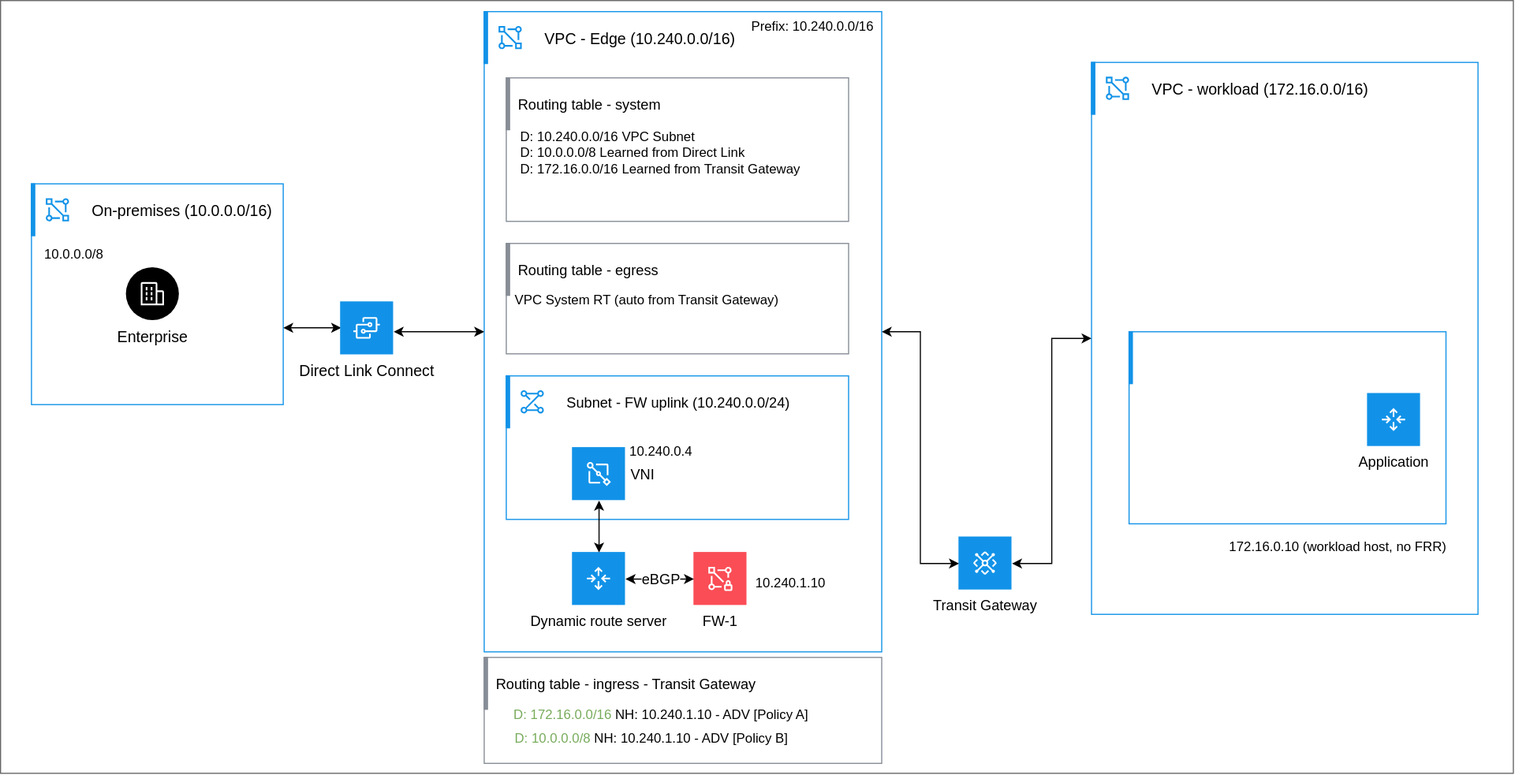
Above: images/drs-single-fw-no-router.svg in ibm-cloud-docs/vpc (draw.io), before the change. Source tidied: cells renumbered, new cells last; positions are measured from the earlier drawing's top-left corner, leaving out a move shared by most shapes.
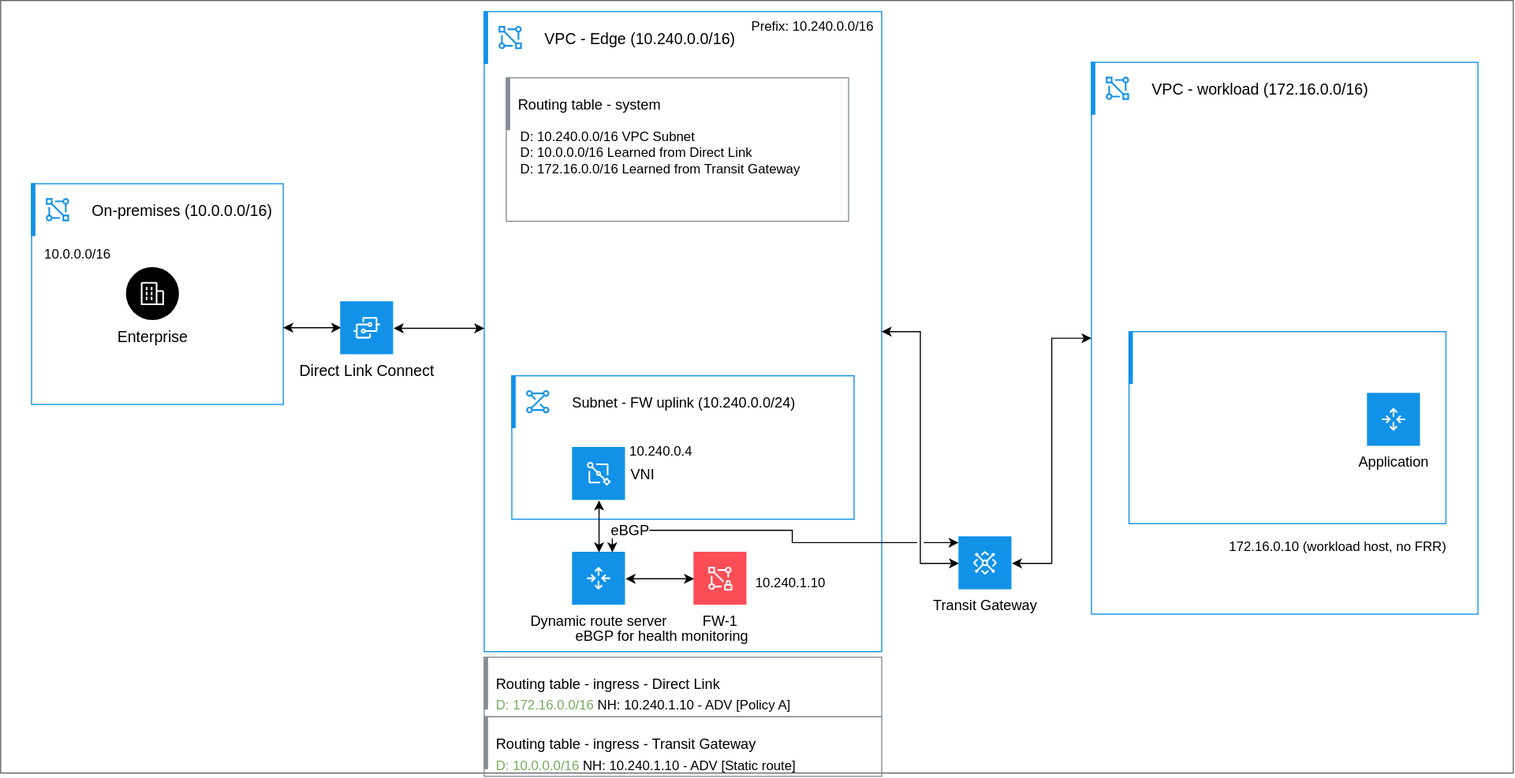
The same file after the commit.

Diff of the diagram source:
```diff
@@ -28,20 +28,11 @@
     <mxCell id="9" value="Routing table - system" style="shape=rect;fillColor=#878D96;labelPosition=right;verticalLabelPosition=middle;align=left;verticalAlign=middle;strokeColor=none;spacingLeft=5;fontSize=13;" parent="8" vertex="1">
       <mxGeometry width="4" height="48" relative="1" as="geometry" />
     </mxCell>
-    <mxCell id="10" value="D: 10.240.0.0/16 VPC Subnet&lt;br&gt;D: 10.0.0.0/8 Learned from Direct Link&lt;br&gt;D: 172.16.0.0/16 Learned from Transit Gateway" style="text;html=1;align=left;verticalAlign=top;whiteSpace=wrap;rounded=0;fontSize=12;" parent="1" vertex="1">
+    <mxCell id="10" value="D: 10.240.0.0/16 VPC Subnet&lt;br&gt;D: 10.0.0.0/16 Learned from Direct Link&lt;br&gt;D: 172.16.0.0/16 Learned from Transit Gateway" style="text;html=1;align=left;verticalAlign=top;whiteSpace=wrap;rounded=0;fontSize=12;" parent="1" vertex="1">
       <mxGeometry x="469" y="110" width="290" height="60" as="geometry" />
     </mxCell>
-    <mxCell id="11" style="html=1;whiteSpace=wrap;strokeColor=#878D96;fillColor=none;strokeWidth=1;" parent="1" vertex="1">
-      <mxGeometry x="458" y="220" width="310" height="100" as="geometry" />
-    </mxCell>
-    <mxCell id="12" value="Routing table - egress" style="shape=rect;fillColor=#878D96;labelPosition=right;verticalLabelPosition=middle;align=left;verticalAlign=middle;strokeColor=none;spacingLeft=5;fontSize=13;" parent="11" vertex="1">
-      <mxGeometry width="4" height="48" relative="1" as="geometry" />
-    </mxCell>
-    <mxCell id="13" value="VPC System RT (auto from Transit Gateway)" style="text;html=1;align=left;verticalAlign=top;whiteSpace=wrap;rounded=0;fontSize=12;" parent="1" vertex="1">
-      <mxGeometry x="464" y="258" width="295" height="20" as="geometry" />
-    </mxCell>
     <mxCell id="14" style="html=1;whiteSpace=wrap;strokeColor=#1192E8;fillColor=none;strokeWidth=1;" parent="1" vertex="1">
-      <mxGeometry x="458" y="340" width="310" height="130" as="geometry" />
+      <mxGeometry x="463" y="340" width="310" height="130" as="geometry" />
     </mxCell>
     <mxCell id="15" value="Subnet - FW uplink (10.240.0.0/24)" style="shape=rect;fillColor=none;labelPosition=right;verticalLabelPosition=middle;align=left;verticalAlign=middle;strokeColor=none;spacingLeft=5;fontSize=13;" parent="14" vertex="1">
       <mxGeometry width="48" height="48" relative="1" as="geometry" />
@@ -87,21 +78,18 @@
     <mxCell id="26" value="10.240.1.10" style="text;html=1;align=left;verticalAlign=top;whiteSpace=wrap;rounded=0;fontSize=12;" parent="1" vertex="1">
       <mxGeometry x="682" y="514" width="77" height="20" as="geometry" />
     </mxCell>
-    <mxCell id="27" value="eBGP" style="html=1;labelBackgroundColor=#ffffff;jettySize=auto;fontSize=13;rounded=0;jumpStyle=gap;edgeStyle=orthogonalEdgeStyle;startArrow=classic;endArrow=classic;strokeWidth=1;startFill=1;endFill=1;sourcePerimeterSpacing=3;targetPerimeterSpacing=3;exitX=1;exitY=0.5;exitDx=0;exitDy=0;entryX=0;entryY=0.5;entryDx=0;entryDy=0;" parent="1" edge="1" source="21" target="24">
-      <mxGeometry x="0.02" relative="1" as="geometry" />
+    <mxCell id="27" value="&amp;nbsp;eBGP for health monitoring" style="html=1;labelBackgroundColor=#ffffff;jettySize=auto;fontSize=13;rounded=0;jumpStyle=gap;edgeStyle=orthogonalEdgeStyle;startArrow=classic;endArrow=classic;strokeWidth=1;startFill=1;endFill=1;sourcePerimeterSpacing=3;targetPerimeterSpacing=3;exitX=1;exitY=0.5;exitDx=0;exitDy=0;entryX=0;entryY=0.5;entryDx=0;entryDy=0;" parent="1" edge="1" source="21" target="24">
+      <mxGeometry x="0.01" y="-52" relative="1" as="geometry" />
     </mxCell>
     <mxCell id="28" style="html=1;whiteSpace=wrap;strokeColor=#878D96;fillColor=none;strokeWidth=1;" parent="1" vertex="1">
-      <mxGeometry x="438" y="595" width="360" height="96" as="geometry" />
+      <mxGeometry x="438" y="595" width="360" height="54" as="geometry" />
     </mxCell>
-    <mxCell id="29" value="Routing table - ingress - Transit Gateway" style="shape=rect;fillColor=#878D96;labelPosition=right;verticalLabelPosition=middle;align=left;verticalAlign=middle;strokeColor=none;spacingLeft=5;fontSize=13;" parent="28" vertex="1">
+    <mxCell id="29" value="Routing table - ingress - Direct Link" style="shape=rect;fillColor=#878D96;labelPosition=right;verticalLabelPosition=middle;align=left;verticalAlign=middle;strokeColor=none;spacingLeft=5;fontSize=13;" parent="28" vertex="1">
       <mxGeometry width="4" height="48" relative="1" as="geometry" />
     </mxCell>
-    <mxCell id="30" value="&lt;span style=&quot;color: rgb(119, 171, 91);&quot;&gt;D: 172.16.0.0/16&lt;/span&gt; NH: 10.240.1.10 - ADV [Policy A]" style="text;html=1;align=left;verticalAlign=top;whiteSpace=wrap;rounded=0;fontSize=12;" parent="1" vertex="1">
-      <mxGeometry x="463" y="633" width="295" height="20" as="geometry" />
+    <mxCell id="30" value="&lt;span style=&quot;color: rgb(119, 171, 91);&quot;&gt;D: 172.16.0.0/16&lt;/span&gt;&amp;nbsp;NH: 10.240.1.10 - ADV [Policy A]" style="text;html=1;align=left;verticalAlign=top;whiteSpace=wrap;rounded=0;fontSize=12;" parent="1" vertex="1">
+      <mxGeometry x="447" y="625" width="295" height="20" as="geometry" />
     </mxCell>
-    <mxCell id="31" value="&lt;span style=&quot;color: rgb(119, 171, 91);&quot;&gt;D: 10.0.0.0/8 &lt;/span&gt;NH: 10.240.1.10 - ADV [Policy B]" style="text;html=1;align=left;verticalAlign=top;whiteSpace=wrap;rounded=0;fontSize=12;" parent="1" vertex="1">
-      <mxGeometry x="464" y="655" width="295" height="20" as="geometry" />
-    </mxCell>
     <mxCell id="32" value="Transit Gateway" style="shape=rect;fillColor=#1192E8;labelPosition=center;verticalLabelPosition=bottom;align=center;verticalAlign=top;strokeColor=none;fontSize=13;" parent="1" vertex="1">
       <mxGeometry x="868" y="486" width="48" height="48" as="geometry" />
     </mxCell>
@@ -147,9 +135,10 @@
     <mxCell id="44" style="html=1;labelBackgroundColor=#ffffff;jettySize=auto;fontSize=13;rounded=0;jumpStyle=gap;edgeStyle=orthogonalEdgeStyle;startArrow=classic;endArrow=classic;strokeWidth=1;startFill=1;endFill=1;sourcePerimeterSpacing=3;targetPerimeterSpacing=3;exitX=1;exitY=0.5;exitDx=0;exitDy=0;entryX=0;entryY=0.5;entryDx=0;entryDy=0;" parent="1" edge="1" source="32" target="35">
       <mxGeometry relative="1" as="geometry" />
     </mxCell>
-    <mxCell id="45" style="html=1;labelBackgroundColor=#ffffff;jettySize=auto;fontSize=13;rounded=0;jumpStyle=gap;edgeStyle=orthogonalEdgeStyle;startArrow=classic;endArrow=classic;strokeWidth=1;startFill=1;endFill=1;sourcePerimeterSpacing=3;targetPerimeterSpacing=3;exitX=1;exitY=0.5;exitDx=0;exitDy=0;entryX=0;entryY=0.5;entryDx=0;entryDy=0;" parent="1" edge="1" target="3">
+    <mxCell id="45" style="html=1;labelBackgroundColor=#ffffff;jettySize=auto;orthogonalLoop=1;fontSize=13;rounded=0;jumpStyle=gap;edgeStyle=orthogonalEdgeStyle;startArrow=classic;endArrow=classic;strokeWidth=1;startFill=1;endFill=1;sourcePerimeterSpacing=3;targetPerimeterSpacing=3;exitX=1;exitY=0.5;exitDx=0;exitDy=0;entryX=0;entryY=0.5;entryDx=0;entryDy=0;" parent="1" edge="1">
       <mxGeometry relative="1" as="geometry">
-        <mxPoint x="356" y="300" as="sourcePoint" />
+        <mxPoint x="356" y="297" as="sourcePoint" />
+        <mxPoint x="438" y="297" as="targetPoint" />
       </mxGeometry>
     </mxCell>
     <mxCell id="46" style="html=1;whiteSpace=wrap;strokeColor=#1192E8;fillColor=none;strokeWidth=1;" parent="1" vertex="1">
@@ -166,7 +155,7 @@
     <mxCell id="49" style="shape=rect;fillColor=#1192E8;labelPosition=right;verticalLabelPosition=middle;align=left;verticalAlign=middle;strokeColor=none;spacingLeft=5;fontSize=14;" parent="46" vertex="1">
       <mxGeometry width="4" height="48" relative="1" as="geometry" />
     </mxCell>
-    <mxCell id="50" value="10.0.0.0/8" style="text;html=1;align=left;verticalAlign=top;whiteSpace=wrap;rounded=0;fontSize=12;" parent="1" vertex="1">
+    <mxCell id="50" value="10.0.0.0/16" style="text;html=1;align=left;verticalAlign=top;whiteSpace=wrap;rounded=0;fontSize=12;" parent="1" vertex="1">
       <mxGeometry x="38" y="216" width="60" height="20" as="geometry" />
     </mxCell>
     <mxCell id="51" value="Enterprise" style="shape=ellipse;fillColor=#000000;labelPosition=center;verticalLabelPosition=bottom;align=center;verticalAlign=top;strokeColor=none;fontSize=14;spacing=2;strokeWidth=1;perimeterSpacing=1;" parent="1" vertex="1">
@@ -191,5 +180,17 @@
         <mxPoint x="12" y="12" as="offset" />
       </mxGeometry>
     </mxCell>
+    <mxCell id="56" value="eBGP" style="html=1;labelBackgroundColor=#ffffff;jettySize=auto;fontSize=13;rounded=0;jumpStyle=gap;edgeStyle=orthogonalEdgeStyle;startArrow=classic;endArrow=classic;strokeWidth=1;startFill=1;endFill=1;sourcePerimeterSpacing=3;targetPerimeterSpacing=3;exitX=0.75;exitY=0;exitDx=0;exitDy=0;entryX=-0.008;entryY=0.109;entryDx=0;entryDy=0;entryPerimeter=0;" parent="1" edge="1" source="21" target="32">
+      <mxGeometry x="-0.79" relative="1" as="geometry" />
+    </mxCell>
+    <mxCell id="57" style="html=1;whiteSpace=wrap;strokeColor=#878D96;fillColor=none;strokeWidth=1;" parent="1" vertex="1">
+      <mxGeometry x="438" y="649" width="360" height="54" as="geometry" />
+    </mxCell>
+    <mxCell id="58" value="Routing table - ingress - Transit Gateway" style="shape=rect;fillColor=#878D96;labelPosition=right;verticalLabelPosition=middle;align=left;verticalAlign=middle;strokeColor=none;spacingLeft=5;fontSize=13;" parent="57" vertex="1">
+      <mxGeometry width="4" height="48" relative="1" as="geometry" />
+    </mxCell>
+    <mxCell id="59" value="&lt;span style=&quot;color: rgb(119, 171, 91);&quot;&gt;D: 10.0.0.0/16&lt;/span&gt;&amp;nbsp;NH: 10.240.1.10 - ADV [Static route]" style="text;html=1;align=left;verticalAlign=top;whiteSpace=wrap;rounded=0;fontSize=12;" parent="1" vertex="1">
+      <mxGeometry x="447" y="680" width="295" height="20" as="geometry" />
+    </mxCell>
   </root>
 </mxGraphModel>
```
